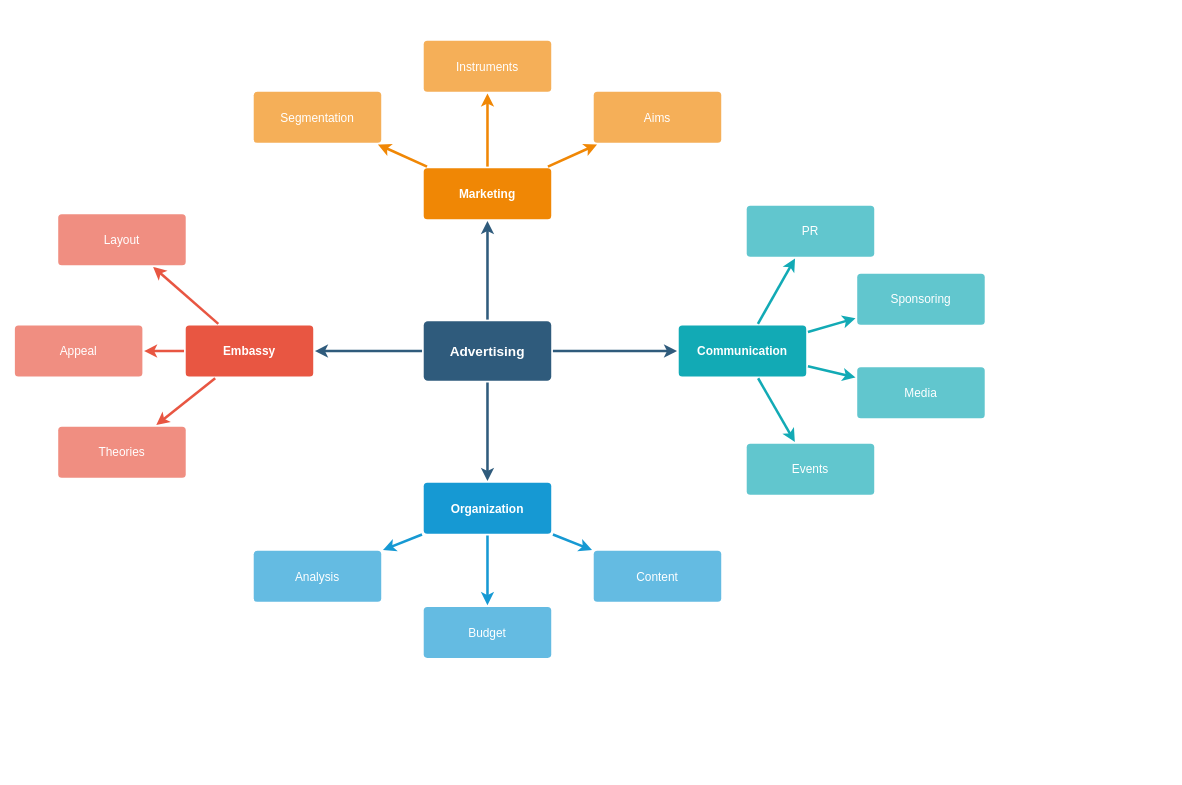
Earlier version of the draw.io diagram Untitled Diagram.drawio (IbrabraKazmi/shopping-cart-javascript). Source tidied: cells renumbered, new cells numbered last; positions are measured from the earlier drawing's top-left corner, leaving out a move shared by most shapes. Both pictures are drawn from the tidied source at 85%, with x=0, y=0 at pixel (14, 40).
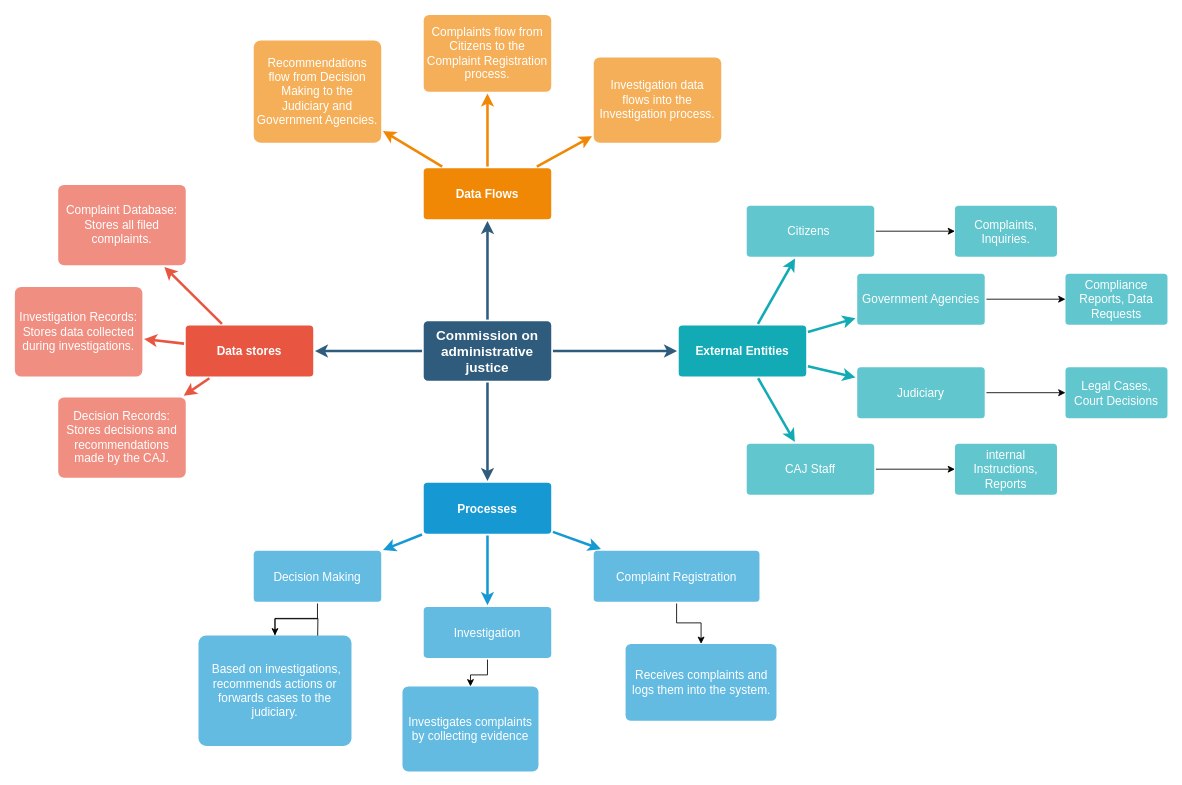
The same page after the edit.

Change to the diagram source:
```diff
@@
-    <mxCell id="6" value="Advertising" style="rounded=1;whiteSpace=wrap;html=1;shadow=0;labelBackgroundColor=none;strokeColor=none;strokeWidth=3;fillColor=#2F5B7C;fontFamily=Helvetica;fontSize=16;fontColor=#FFFFFF;align=center;fontStyle=1;spacing=5;arcSize=7;perimeterSpacing=2;" parent="1" vertex="1">
+    <mxCell id="6" value="Commission on administrative justice" style="rounded=1;whiteSpace=wrap;html=1;shadow=0;labelBackgroundColor=none;strokeColor=none;strokeWidth=3;fillColor=#2F5B7C;fontFamily=Helvetica;fontSize=16;fontColor=#FFFFFF;align=center;fontStyle=1;spacing=5;arcSize=7;perimeterSpacing=2;" parent="1" vertex="1">
       <mxGeometry x="481" y="330.5" width="150" height="70" as="geometry" />
     </mxCell>
@@
-    <mxCell id="10" value="Embassy" style="rounded=1;whiteSpace=wrap;html=1;shadow=0;labelBackgroundColor=none;strokeColor=none;strokeWidth=3;fillColor=#e85642;fontFamily=Helvetica;fontSize=14;fontColor=#FFFFFF;align=center;spacing=5;fontStyle=1;arcSize=7;perimeterSpacing=2;" parent="1" vertex="1">
+    <mxCell id="10" value="Data stores" style="rounded=1;whiteSpace=wrap;html=1;shadow=0;labelBackgroundColor=none;strokeColor=none;strokeWidth=3;fillColor=#e85642;fontFamily=Helvetica;fontSize=14;fontColor=#FFFFFF;align=center;spacing=5;fontStyle=1;arcSize=7;perimeterSpacing=2;" parent="1" vertex="1">
       <mxGeometry x="201" y="335.5" width="150" height="60" as="geometry" />
     </mxCell>
-    <mxCell id="11" value="Theories" style="rounded=1;whiteSpace=wrap;html=1;shadow=0;labelBackgroundColor=none;strokeColor=none;strokeWidth=3;fillColor=#f08e81;fontFamily=Helvetica;fontSize=14;fontColor=#FFFFFF;align=center;spacing=5;fontStyle=0;arcSize=7;perimeterSpacing=2;" parent="1" vertex="1">
-      <mxGeometry x="51" y="454.5" width="150" height="60" as="geometry" />
+    <mxCell id="11" value="Decision Records: Stores decisions and recommendations made by the CAJ." style="rounded=1;whiteSpace=wrap;html=1;shadow=0;labelBackgroundColor=none;strokeColor=none;strokeWidth=3;fillColor=#f08e81;fontFamily=Helvetica;fontSize=14;fontColor=#FFFFFF;align=center;spacing=5;fontStyle=0;arcSize=7;perimeterSpacing=2;" parent="1" vertex="1">
+      <mxGeometry x="51" y="420" width="150" height="94.5" as="geometry" />
     </mxCell>
-    <mxCell id="12" value="Appeal" style="rounded=1;whiteSpace=wrap;html=1;shadow=0;labelBackgroundColor=none;strokeColor=none;strokeWidth=3;fillColor=#f08e81;fontFamily=Helvetica;fontSize=14;fontColor=#FFFFFF;align=center;spacing=5;fontStyle=0;arcSize=7;perimeterSpacing=2;" parent="1" vertex="1">
-      <mxGeometry y="335.5" width="150" height="60" as="geometry" />
+    <mxCell id="12" value="Investigation Records: Stores data collected during investigations." style="rounded=1;whiteSpace=wrap;html=1;shadow=0;labelBackgroundColor=none;strokeColor=none;strokeWidth=3;fillColor=#f08e81;fontFamily=Helvetica;fontSize=14;fontColor=#FFFFFF;align=center;spacing=5;fontStyle=0;arcSize=7;perimeterSpacing=2;" parent="1" vertex="1">
+      <mxGeometry y="290" width="150" height="105.5" as="geometry" />
     </mxCell>
-    <mxCell id="13" value="Layout" style="rounded=1;whiteSpace=wrap;html=1;shadow=0;labelBackgroundColor=none;strokeColor=none;strokeWidth=3;fillColor=#f08e81;fontFamily=Helvetica;fontSize=14;fontColor=#FFFFFF;align=center;spacing=5;fontStyle=0;arcSize=7;perimeterSpacing=2;" parent="1" vertex="1">
-      <mxGeometry x="51" y="204.5" width="150" height="60" as="geometry" />
+    <mxCell id="13" value="Complaint Database: Stores all filed complaints." style="rounded=1;whiteSpace=wrap;html=1;shadow=0;labelBackgroundColor=none;strokeColor=none;strokeWidth=3;fillColor=#f08e81;fontFamily=Helvetica;fontSize=14;fontColor=#FFFFFF;align=center;spacing=5;fontStyle=0;arcSize=7;perimeterSpacing=2;" parent="1" vertex="1">
+      <mxGeometry x="51" y="170" width="150" height="94.5" as="geometry" />
     </mxCell>
@@
-    <mxCell id="17" value="Organization" style="rounded=1;whiteSpace=wrap;html=1;shadow=0;labelBackgroundColor=none;strokeColor=none;strokeWidth=3;fillColor=#1699d3;fontFamily=Helvetica;fontSize=14;fontColor=#FFFFFF;align=center;spacing=5;fontStyle=1;arcSize=7;perimeterSpacing=2;" parent="1" vertex="1">
+    <mxCell id="17" value="Processes" style="rounded=1;whiteSpace=wrap;html=1;shadow=0;labelBackgroundColor=none;strokeColor=none;strokeWidth=3;fillColor=#1699d3;fontFamily=Helvetica;fontSize=14;fontColor=#FFFFFF;align=center;spacing=5;fontStyle=1;arcSize=7;perimeterSpacing=2;" parent="1" vertex="1">
       <mxGeometry x="481" y="520.5" width="150" height="60" as="geometry" />
     </mxCell>
+    <mxCell id="37" style="edgeStyle=orthogonalEdgeStyle;rounded=0;jettySize=auto;html=1;" parent="1" edge="1" source="18" target="48">
+      <mxGeometry relative="1" as="geometry" />
+    </mxCell>
-    <mxCell id="18" value="Content" style="rounded=1;whiteSpace=wrap;html=1;shadow=0;labelBackgroundColor=none;strokeColor=none;strokeWidth=3;fillColor=#64bbe2;fontFamily=Helvetica;fontSize=14;fontColor=#FFFFFF;align=center;spacing=5;arcSize=7;perimeterSpacing=2;" parent="1" vertex="1">
-      <mxGeometry x="681" y="600.5" width="150" height="60" as="geometry" />
+    <mxCell id="18" value="Complaint Registration" style="rounded=1;whiteSpace=wrap;html=1;shadow=0;labelBackgroundColor=none;strokeColor=none;strokeWidth=3;fillColor=#64bbe2;fontFamily=Helvetica;fontSize=14;fontColor=#FFFFFF;align=center;spacing=5;arcSize=7;perimeterSpacing=2;" parent="1" vertex="1">
+      <mxGeometry x="681" y="600.5" width="195" height="60" as="geometry" />
     </mxCell>
+    <mxCell id="38" style="edgeStyle=orthogonalEdgeStyle;rounded=0;jettySize=auto;html=1;" parent="1" edge="1" source="19" target="49">
+      <mxGeometry relative="1" as="geometry" />
+    </mxCell>
-    <mxCell id="19" value="Budget" style="rounded=1;whiteSpace=wrap;html=1;shadow=0;labelBackgroundColor=none;strokeColor=none;strokeWidth=3;fillColor=#64bbe2;fontFamily=Helvetica;fontSize=14;fontColor=#FFFFFF;align=center;spacing=5;arcSize=7;perimeterSpacing=2;" parent="1" vertex="1">
+    <mxCell id="19" value="Investigation" style="rounded=1;whiteSpace=wrap;html=1;shadow=0;labelBackgroundColor=none;strokeColor=none;strokeWidth=3;fillColor=#64bbe2;fontFamily=Helvetica;fontSize=14;fontColor=#FFFFFF;align=center;spacing=5;arcSize=7;perimeterSpacing=2;" parent="1" vertex="1">
       <mxGeometry x="481" y="666.5" width="150" height="60" as="geometry" />
     </mxCell>
+    <mxCell id="39" style="edgeStyle=orthogonalEdgeStyle;rounded=0;jettySize=auto;html=1;" parent="1" edge="1" source="20" target="51">
+      <mxGeometry relative="1" as="geometry" />
+    </mxCell>
-    <mxCell id="20" value="Analysis" style="rounded=1;whiteSpace=wrap;html=1;shadow=0;labelBackgroundColor=none;strokeColor=none;strokeWidth=3;fillColor=#64bbe2;fontFamily=Helvetica;fontSize=14;fontColor=#FFFFFF;align=center;spacing=5;arcSize=7;perimeterSpacing=2;" parent="1" vertex="1">
+    <mxCell id="20" value="Decision Making" style="rounded=1;whiteSpace=wrap;html=1;shadow=0;labelBackgroundColor=none;strokeColor=none;strokeWidth=3;fillColor=#64bbe2;fontFamily=Helvetica;fontSize=14;fontColor=#FFFFFF;align=center;spacing=5;arcSize=7;perimeterSpacing=2;" parent="1" vertex="1">
       <mxGeometry x="281" y="600.5" width="150" height="60" as="geometry" />
     </mxCell>
-    <mxCell id="21" value="Marketing" style="rounded=1;whiteSpace=wrap;html=1;shadow=0;labelBackgroundColor=none;strokeColor=none;strokeWidth=3;fillColor=#F08705;fontFamily=Helvetica;fontSize=14;fontColor=#FFFFFF;align=center;spacing=5;fontStyle=1;arcSize=7;perimeterSpacing=2;" parent="1" vertex="1">
+    <mxCell id="21" value="Data Flows" style="rounded=1;whiteSpace=wrap;html=1;shadow=0;labelBackgroundColor=none;strokeColor=none;strokeWidth=3;fillColor=#F08705;fontFamily=Helvetica;fontSize=14;fontColor=#FFFFFF;align=center;spacing=5;fontStyle=1;arcSize=7;perimeterSpacing=2;" parent="1" vertex="1">
       <mxGeometry x="481" y="150.5" width="150" height="60" as="geometry" />
     </mxCell>
-    <mxCell id="22" value="Aims&lt;br&gt;" style="rounded=1;whiteSpace=wrap;html=1;shadow=0;labelBackgroundColor=none;strokeColor=none;strokeWidth=3;fillColor=#f5af58;fontFamily=Helvetica;fontSize=14;fontColor=#FFFFFF;align=center;spacing=5;arcSize=7;perimeterSpacing=2;" parent="1" vertex="1">
-      <mxGeometry x="681" y="60.5" width="150" height="60" as="geometry" />
+    <mxCell id="22" value="Investigation data flows into the Investigation process." style="rounded=1;whiteSpace=wrap;html=1;shadow=0;labelBackgroundColor=none;strokeColor=none;strokeWidth=3;fillColor=#f5af58;fontFamily=Helvetica;fontSize=14;fontColor=#FFFFFF;align=center;spacing=5;arcSize=7;perimeterSpacing=2;" parent="1" vertex="1">
+      <mxGeometry x="681" y="20" width="150" height="100.5" as="geometry" />
     </mxCell>
@@
-    <mxCell id="24" value="Instruments" style="rounded=1;whiteSpace=wrap;html=1;shadow=0;labelBackgroundColor=none;strokeColor=none;strokeWidth=3;fillColor=#f5af58;fontFamily=Helvetica;fontSize=14;fontColor=#FFFFFF;align=center;spacing=5;arcSize=7;perimeterSpacing=2;" parent="1" vertex="1">
-      <mxGeometry x="481" y="0.5" width="150" height="60" as="geometry" />
+    <mxCell id="24" value="Complaints flow from Citizens to the Complaint Registration process." style="rounded=1;whiteSpace=wrap;html=1;shadow=0;labelBackgroundColor=none;strokeColor=none;strokeWidth=3;fillColor=#f5af58;fontFamily=Helvetica;fontSize=14;fontColor=#FFFFFF;align=center;spacing=5;arcSize=7;perimeterSpacing=2;" parent="1" vertex="1">
+      <mxGeometry x="481" y="-30" width="150" height="90.5" as="geometry" />
     </mxCell>
@@
-    <mxCell id="26" value="Segmentation" style="rounded=1;whiteSpace=wrap;html=1;shadow=0;labelBackgroundColor=none;strokeColor=none;strokeWidth=3;fillColor=#f5af58;fontFamily=Helvetica;fontSize=14;fontColor=#FFFFFF;align=center;spacing=5;arcSize=7;perimeterSpacing=2;" parent="1" vertex="1">
-      <mxGeometry x="281" y="60.5" width="150" height="60" as="geometry" />
+    <mxCell id="26" value="Recommendations flow from Decision Making to the Judiciary and Government Agencies." style="rounded=1;whiteSpace=wrap;html=1;shadow=0;labelBackgroundColor=none;strokeColor=none;strokeWidth=3;fillColor=#f5af58;fontFamily=Helvetica;fontSize=14;fontColor=#FFFFFF;align=center;spacing=5;arcSize=7;perimeterSpacing=2;" parent="1" vertex="1">
+      <mxGeometry x="281" width="150" height="120.5" as="geometry" />
     </mxCell>
@@
-    <mxCell id="28" value="Communication" style="rounded=1;whiteSpace=wrap;html=1;shadow=0;labelBackgroundColor=none;strokeColor=none;strokeWidth=3;fillColor=#12aab5;fontFamily=Helvetica;fontSize=14;fontColor=#FFFFFF;align=center;spacing=5;fontStyle=1;arcSize=7;perimeterSpacing=2;" parent="1" vertex="1">
+    <mxCell id="28" value="External Entities" style="rounded=1;whiteSpace=wrap;html=1;shadow=0;labelBackgroundColor=none;strokeColor=none;strokeWidth=3;fillColor=#12aab5;fontFamily=Helvetica;fontSize=14;fontColor=#FFFFFF;align=center;spacing=5;fontStyle=1;arcSize=7;perimeterSpacing=2;" parent="1" vertex="1">
       <mxGeometry x="781" y="335.5" width="150" height="60" as="geometry" />
     </mxCell>
+    <mxCell id="40" style="edgeStyle=orthogonalEdgeStyle;rounded=0;jettySize=auto;html=1;" parent="1" edge="1" source="29" target="47">
+      <mxGeometry relative="1" as="geometry" />
+    </mxCell>
-    <mxCell id="29" value="Events" style="rounded=1;whiteSpace=wrap;html=1;shadow=0;labelBackgroundColor=none;strokeColor=none;strokeWidth=3;fillColor=#61c6ce;fontFamily=Helvetica;fontSize=14;fontColor=#FFFFFF;align=center;spacing=5;fontStyle=0;arcSize=7;perimeterSpacing=2;" parent="1" vertex="1">
+    <mxCell id="29" value="CAJ Staff" style="rounded=1;whiteSpace=wrap;html=1;shadow=0;labelBackgroundColor=none;strokeColor=none;strokeWidth=3;fillColor=#61c6ce;fontFamily=Helvetica;fontSize=14;fontColor=#FFFFFF;align=center;spacing=5;fontStyle=0;arcSize=7;perimeterSpacing=2;" parent="1" vertex="1">
       <mxGeometry x="861" y="474.5" width="150" height="60" as="geometry" />
     </mxCell>
@@
+    <mxCell id="41" style="edgeStyle=orthogonalEdgeStyle;rounded=0;jettySize=auto;html=1;" parent="1" edge="1" source="31" target="46">
+      <mxGeometry relative="1" as="geometry" />
+    </mxCell>
-    <mxCell id="31" value="Media" style="rounded=1;whiteSpace=wrap;html=1;shadow=0;labelBackgroundColor=none;strokeColor=none;strokeWidth=3;fillColor=#61c6ce;fontFamily=Helvetica;fontSize=14;fontColor=#FFFFFF;align=center;spacing=5;fontStyle=0;arcSize=7;perimeterSpacing=2;" parent="1" vertex="1">
+    <mxCell id="31" value="Judiciary" style="rounded=1;whiteSpace=wrap;html=1;shadow=0;labelBackgroundColor=none;strokeColor=none;strokeWidth=3;fillColor=#61c6ce;fontFamily=Helvetica;fontSize=14;fontColor=#FFFFFF;align=center;spacing=5;fontStyle=0;arcSize=7;perimeterSpacing=2;" parent="1" vertex="1">
       <mxGeometry x="991" y="384.5" width="150" height="60" as="geometry" />
     </mxCell>
@@
+    <mxCell id="42" style="edgeStyle=orthogonalEdgeStyle;rounded=0;jettySize=auto;html=1;" parent="1" edge="1" source="33" target="45">
+      <mxGeometry relative="1" as="geometry" />
+    </mxCell>
-    <mxCell id="33" value="Sponsoring" style="rounded=1;whiteSpace=wrap;html=1;shadow=0;labelBackgroundColor=none;strokeColor=none;strokeWidth=3;fillColor=#61c6ce;fontFamily=Helvetica;fontSize=14;fontColor=#FFFFFF;align=center;spacing=5;fontStyle=0;arcSize=7;perimeterSpacing=2;" parent="1" vertex="1">
+    <mxCell id="33" value="Government Agencies" style="rounded=1;whiteSpace=wrap;html=1;shadow=0;labelBackgroundColor=none;strokeColor=none;strokeWidth=3;fillColor=#61c6ce;fontFamily=Helvetica;fontSize=14;fontColor=#FFFFFF;align=center;spacing=5;fontStyle=0;arcSize=7;perimeterSpacing=2;" parent="1" vertex="1">
       <mxGeometry x="991" y="274.5" width="150" height="60" as="geometry" />
     </mxCell>
@@
+    <mxCell id="43" style="edgeStyle=orthogonalEdgeStyle;rounded=0;jettySize=auto;html=1;" parent="1" edge="1" source="35" target="44">
+      <mxGeometry relative="1" as="geometry" />
+    </mxCell>
-    <mxCell id="35" value="PR" style="rounded=1;whiteSpace=wrap;html=1;shadow=0;labelBackgroundColor=none;strokeColor=none;strokeWidth=3;fillColor=#61c6ce;fontFamily=Helvetica;fontSize=14;fontColor=#FFFFFF;align=center;spacing=5;fontStyle=0;arcSize=7;perimeterSpacing=2;" parent="1" vertex="1">
+    <mxCell id="35" value="Citizens&amp;nbsp;" style="rounded=1;whiteSpace=wrap;html=1;shadow=0;labelBackgroundColor=none;strokeColor=none;strokeWidth=3;fillColor=#61c6ce;fontFamily=Helvetica;fontSize=14;fontColor=#FFFFFF;align=center;spacing=5;fontStyle=0;arcSize=7;perimeterSpacing=2;" parent="1" vertex="1">
       <mxGeometry x="861" y="194.5" width="150" height="60" as="geometry" />
     </mxCell>
@@
+    <mxCell id="44" value="Complaints, Inquiries." style="whiteSpace=wrap;html=1;fontSize=14;fillColor=#61c6ce;strokeColor=none;fontColor=#FFFFFF;rounded=1;shadow=0;labelBackgroundColor=none;strokeWidth=3;spacing=5;fontStyle=0;arcSize=7;" parent="1" vertex="1">
+      <mxGeometry x="1106" y="194.5" width="120" height="60" as="geometry" />
+    </mxCell>
+    <mxCell id="45" value="Compliance Reports, Data Requests" style="whiteSpace=wrap;html=1;fontSize=14;fillColor=#61c6ce;strokeColor=none;fontColor=#FFFFFF;rounded=1;shadow=0;labelBackgroundColor=none;strokeWidth=3;spacing=5;fontStyle=0;arcSize=7;" parent="1" vertex="1">
+      <mxGeometry x="1236" y="274.5" width="120" height="60" as="geometry" />
+    </mxCell>
+    <mxCell id="46" value="Legal Cases, Court Decisions" style="whiteSpace=wrap;html=1;fontSize=14;fillColor=#61c6ce;strokeColor=none;fontColor=#FFFFFF;rounded=1;shadow=0;labelBackgroundColor=none;strokeWidth=3;spacing=5;fontStyle=0;arcSize=7;" parent="1" vertex="1">
+      <mxGeometry x="1236" y="384.5" width="120" height="60" as="geometry" />
+    </mxCell>
+    <mxCell id="47" value="internal Instructions, Reports" style="whiteSpace=wrap;html=1;fontSize=14;fillColor=#61c6ce;strokeColor=none;fontColor=#FFFFFF;rounded=1;shadow=0;labelBackgroundColor=none;strokeWidth=3;spacing=5;fontStyle=0;arcSize=7;" parent="1" vertex="1">
+      <mxGeometry x="1106" y="474.5" width="120" height="60" as="geometry" />
+    </mxCell>
+    <mxCell id="48" value="Receives complaints and logs them into the system." style="whiteSpace=wrap;html=1;fontSize=14;fillColor=#64bbe2;strokeColor=none;fontColor=#FFFFFF;rounded=1;shadow=0;labelBackgroundColor=none;strokeWidth=3;spacing=5;arcSize=7;" parent="1" vertex="1">
+      <mxGeometry x="718.5" y="710" width="177.5" height="90.5" as="geometry" />
+    </mxCell>
+    <mxCell id="49" value="Investigates complaints by collecting evidence" style="whiteSpace=wrap;html=1;fontSize=14;fillColor=#64bbe2;strokeColor=none;fontColor=#FFFFFF;rounded=1;shadow=0;labelBackgroundColor=none;strokeWidth=3;spacing=5;arcSize=7;" parent="1" vertex="1">
+      <mxGeometry x="456" y="760" width="160" height="100" as="geometry" />
+    </mxCell>
+    <mxCell id="50" style="edgeStyle=orthogonalEdgeStyle;rounded=0;jettySize=auto;html=1;exitX=0.5;exitY=0;exitDx=0;exitDy=0;" parent="1" edge="1" source="51">
+      <mxGeometry relative="1" as="geometry">
+        <mxPoint x="356" y="720" as="targetPoint" />
+      </mxGeometry>
+    </mxCell>
+    <mxCell id="51" value="&amp;nbsp;Based on investigations, recommends actions or forwards cases to the judiciary." style="whiteSpace=wrap;html=1;fontSize=14;fillColor=#64bbe2;strokeColor=none;fontColor=#FFFFFF;rounded=1;shadow=0;labelBackgroundColor=none;strokeWidth=3;spacing=5;arcSize=7;" parent="1" vertex="1">
+      <mxGeometry x="216" y="700" width="180" height="130" as="geometry" />
+    </mxCell>
```
